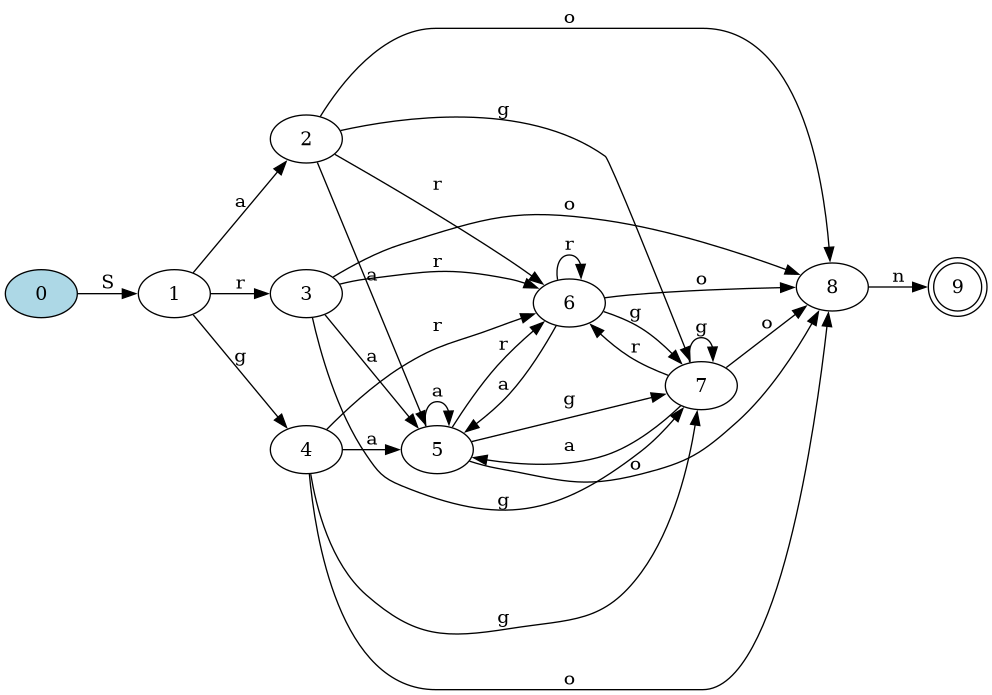
The Graphviz diagram DFA.png in Daniel-Sima/Clone-of-the-egrep-UNIX-command, before a commit. Its source is kept beside it as DFA.dot.
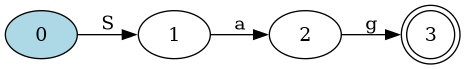
After the commit.

The edit, as a diff of the source:
```diff
@@ -1,36 +1,10 @@
 digraph {
 	rankdir=LR;
 
-	9 [shape=doublecircle]
+	3 [shape=doublecircle]
 	0 [style=filled, fillcolor="lightblue"]
 
 	0->1 [label= "S"];
 	1->2 [label= "a"];
-	1->3 [label= "r"];
-	1->4 [label= "g"];
-	2->5 [label= "a"];
-	2->6 [label= "r"];
-	2->7 [label= "g"];
-	2->8 [label= "o"];
-	3->5 [label= "a"];
-	3->6 [label= "r"];
-	3->7 [label= "g"];
-	3->8 [label= "o"];
-	4->5 [label= "a"];
-	4->6 [label= "r"];
-	4->7 [label= "g"];
-	4->8 [label= "o"];
-	5->5 [label= "a"];
-	5->6 [label= "r"];
-	5->7 [label= "g"];
-	5->8 [label= "o"];
-	6->5 [label= "a"];
-	6->6 [label= "r"];
-	6->7 [label= "g"];
-	6->8 [label= "o"];
-	7->5 [label= "a"];
-	7->6 [label= "r"];
-	7->7 [label= "g"];
-	7->8 [label= "o"];
-	8->9 [label= "n"];
+	2->3 [label= "g"];
 }
```
